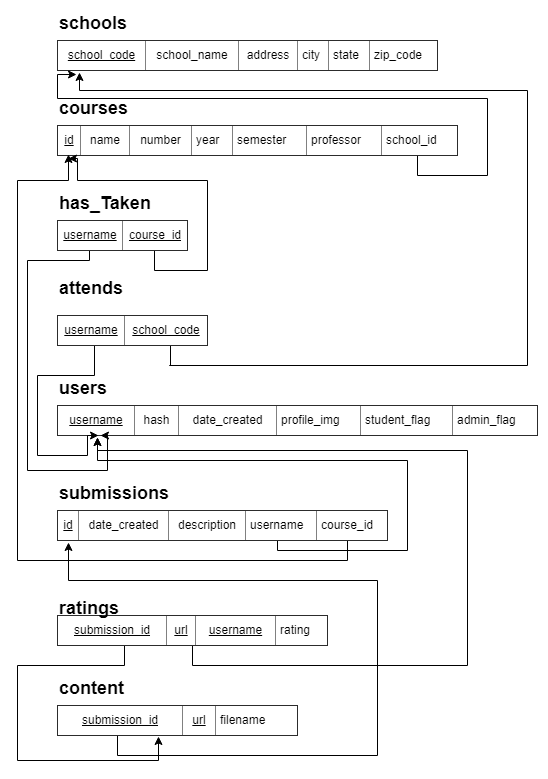
Thomas-McKanna/CourseBin keeps this draw.io diagram as Relation_Set.png. Above is the earlier version. Source tidied: cells renumbered, new cells last; positions are measured from the earlier drawing's top-left corner, leaving out a move shared by most shapes.
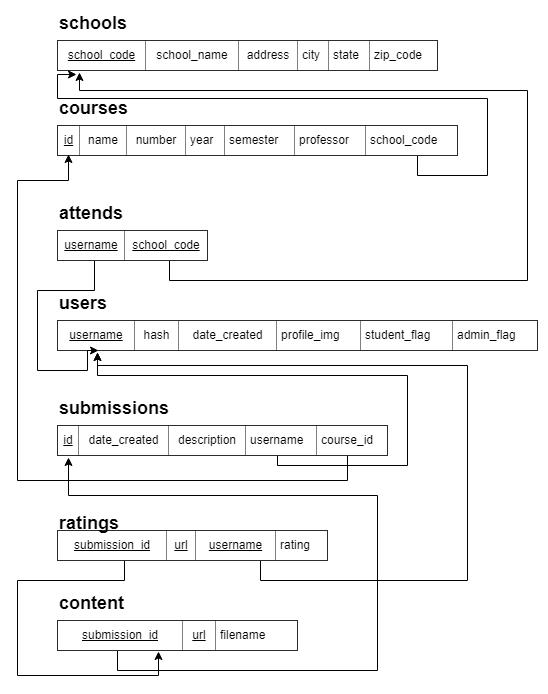
After the commit.

Commit message:
Removed has_taken table from database.

Diff of the diagram source:
```diff
@@ -3,28 +3,28 @@
     <mxCell id="0" />
     <mxCell id="1" parent="0" />
     <mxCell id="2" value="&lt;table border=&quot;1&quot; width=&quot;100%&quot; style=&quot;width: 100% ; height: 100% ; border-collapse: collapse&quot; cellpadding=&quot;4&quot; align=&quot;center&quot;&gt;&lt;tbody&gt;&lt;tr&gt;&lt;td align=&quot;center&quot;&gt;&lt;u&gt;school_code&lt;/u&gt;&lt;/td&gt;&lt;td align=&quot;center&quot;&gt;school_name&lt;/td&gt;&lt;td align=&quot;center&quot;&gt;address&lt;/td&gt;&lt;td&gt;city&lt;/td&gt;&lt;td&gt;state&lt;/td&gt;&lt;td&gt;zip_code&lt;/td&gt;&lt;/tr&gt;&lt;/tbody&gt;&lt;/table&gt;" style="text;html=1;strokeColor=none;fillColor=none;overflow=fill;" parent="1" vertex="1">
-      <mxGeometry x="40" y="30" width="380" height="30" as="geometry" />
+      <mxGeometry x="40" y="115" width="380" height="30" as="geometry" />
     </mxCell>
-    <mxCell id="3" style="edgeStyle=orthogonalEdgeStyle;rounded=0;jettySize=auto;html=1;exitX=0.75;exitY=1;exitDx=0;exitDy=0;entryX=0.051;entryY=1.122;entryDx=0;entryDy=0;entryPerimeter=0;" parent="1" edge="1" source="4" target="2">
-      <mxGeometry relative="1" as="geometry">
-        <Array as="points">
-          <mxPoint x="400" y="145" />
-          <mxPoint x="400" y="165" />
-          <mxPoint x="470" y="165" />
-          <mxPoint x="470" y="88" />
-          <mxPoint x="40" y="88" />
-          <mxPoint x="40" y="64" />
-        </Array>
-      </mxGeometry>
-    </mxCell>
-    <mxCell id="4" value="&lt;table border=&quot;1&quot; width=&quot;100%&quot; style=&quot;width: 100% ; height: 100% ; border-collapse: collapse&quot; cellpadding=&quot;4&quot; align=&quot;center&quot;&gt;&lt;tbody&gt;&lt;tr&gt;&lt;td align=&quot;center&quot;&gt;&lt;u&gt;id&lt;/u&gt;&lt;/td&gt;&lt;td align=&quot;center&quot;&gt;name&lt;/td&gt;&lt;td align=&quot;center&quot;&gt;number&lt;/td&gt;&lt;td&gt;year&lt;/td&gt;&lt;td&gt;semester&lt;/td&gt;&lt;td&gt;professor&lt;/td&gt;&lt;td&gt;school_id&lt;/td&gt;&lt;/tr&gt;&lt;/tbody&gt;&lt;/table&gt;" style="text;html=1;strokeColor=none;fillColor=none;overflow=fill;" parent="1" vertex="1">
-      <mxGeometry x="40" y="115" width="400" height="30" as="geometry" />
-    </mxCell>
+    <mxCell id="28" style="edgeStyle=orthogonalEdgeStyle;rounded=0;jettySize=auto;html=1;exitX=0.75;exitY=1;exitDx=0;exitDy=0;entryX=0.051;entryY=1.122;entryDx=0;entryDy=0;entryPerimeter=0;" parent="1" edge="1" source="29" target="2">
+      <mxGeometry relative="1" as="geometry">
+        <Array as="points">
+          <mxPoint x="400" y="230" />
+          <mxPoint x="400" y="250" />
+          <mxPoint x="470" y="250" />
+          <mxPoint x="470" y="173" />
+          <mxPoint x="40" y="173" />
+          <mxPoint x="40" y="149" />
+        </Array>
+      </mxGeometry>
+    </mxCell>
+    <mxCell id="29" value="&lt;table border=&quot;1&quot; width=&quot;100%&quot; style=&quot;width: 100% ; height: 100% ; border-collapse: collapse&quot; cellpadding=&quot;4&quot; align=&quot;center&quot;&gt;&lt;tbody&gt;&lt;tr&gt;&lt;td align=&quot;center&quot;&gt;&lt;u&gt;id&lt;/u&gt;&lt;/td&gt;&lt;td align=&quot;center&quot;&gt;name&lt;/td&gt;&lt;td align=&quot;center&quot;&gt;number&lt;/td&gt;&lt;td&gt;year&lt;/td&gt;&lt;td&gt;semester&lt;/td&gt;&lt;td&gt;professor&lt;/td&gt;&lt;td&gt;school_code&lt;/td&gt;&lt;/tr&gt;&lt;/tbody&gt;&lt;/table&gt;" style="text;html=1;strokeColor=none;fillColor=none;overflow=fill;" parent="1" vertex="1">
+      <mxGeometry x="40" y="200" width="400" height="30" as="geometry" />
+    </mxCell>
     <mxCell id="5" value="&lt;b&gt;&lt;font style=&quot;font-size: 18px&quot;&gt;schools&lt;/font&gt;&lt;/b&gt;" style="text;html=1;align=left;verticalAlign=top;spacingTop=-4;" parent="1" vertex="1">
-      <mxGeometry x="40" width="80" height="20" as="geometry" />
+      <mxGeometry x="40" y="85" width="80" height="20" as="geometry" />
     </mxCell>
     <mxCell id="6" value="&lt;b&gt;&lt;font style=&quot;font-size: 18px&quot;&gt;courses&lt;/font&gt;&lt;/b&gt;" style="text;html=1;align=left;verticalAlign=top;spacingTop=-4;" parent="1" vertex="1">
-      <mxGeometry x="40" y="85" width="80" height="20" as="geometry" />
+      <mxGeometry x="40" y="170" width="80" height="20" as="geometry" />
     </mxCell>
     <mxCell id="7" value="&lt;table border=&quot;1&quot; width=&quot;100%&quot; style=&quot;width: 100% ; height: 100% ; border-collapse: collapse&quot; cellpadding=&quot;4&quot; align=&quot;center&quot;&gt;&lt;tbody&gt;&lt;tr&gt;&lt;td align=&quot;center&quot;&gt;&lt;u&gt;username&lt;/u&gt;&lt;/td&gt;&lt;td align=&quot;center&quot;&gt;hash&lt;/td&gt;&lt;td align=&quot;center&quot;&gt;date_created&lt;br&gt;&lt;/td&gt;&lt;td&gt;profile_img&lt;br&gt;&lt;/td&gt;&lt;td&gt;student_flag&lt;/td&gt;&lt;td&gt;admin_flag&lt;/td&gt;&lt;/tr&gt;&lt;/tbody&gt;&lt;/table&gt;" style="text;html=1;strokeColor=none;fillColor=none;overflow=fill;" parent="1" vertex="1">
       <mxGeometry x="40" y="395" width="480" height="30" as="geometry" />
@@ -43,17 +43,17 @@
         </Array>
       </mxGeometry>
     </mxCell>
-    <mxCell id="10" style="edgeStyle=orthogonalEdgeStyle;rounded=0;jettySize=auto;html=1;exitX=0.75;exitY=1;exitDx=0;exitDy=0;entryX=0.028;entryY=0.977;entryDx=0;entryDy=0;entryPerimeter=0;" parent="1" edge="1" source="11" target="4">
-      <mxGeometry relative="1" as="geometry">
-        <Array as="points">
-          <mxPoint x="330" y="530" />
-          <mxPoint x="330" y="550" />
-          <mxPoint y="550" />
-          <mxPoint y="170" />
-          <mxPoint x="51" y="170" />
-        </Array>
-      </mxGeometry>
-    </mxCell>
+    <mxCell id="30" style="edgeStyle=orthogonalEdgeStyle;rounded=0;jettySize=auto;html=1;exitX=0.75;exitY=1;exitDx=0;exitDy=0;entryX=0.028;entryY=0.977;entryDx=0;entryDy=0;entryPerimeter=0;" parent="1" edge="1" source="11" target="29">
+      <mxGeometry relative="1" as="geometry">
+        <Array as="points">
+          <mxPoint x="330" y="530" />
+          <mxPoint x="330" y="555" />
+          <mxPoint y="555" />
+          <mxPoint y="255" />
+          <mxPoint x="51" y="255" />
+        </Array>
+      </mxGeometry>
+    </mxCell>
     <mxCell id="11" value="&lt;table border=&quot;1&quot; width=&quot;100%&quot; style=&quot;width: 100% ; height: 100% ; border-collapse: collapse&quot; cellpadding=&quot;4&quot; align=&quot;center&quot;&gt;&lt;tbody&gt;&lt;tr&gt;&lt;td align=&quot;center&quot;&gt;&lt;u&gt;id&lt;/u&gt;&lt;/td&gt;&lt;td align=&quot;center&quot;&gt;date_created&lt;/td&gt;&lt;td align=&quot;center&quot;&gt;description&lt;/td&gt;&lt;td&gt;username&lt;/td&gt;&lt;td&gt;course_id&lt;/td&gt;&lt;/tr&gt;&lt;/tbody&gt;&lt;/table&gt;&lt;br&gt;" style="text;html=1;strokeColor=none;fillColor=none;overflow=fill;" parent="1" vertex="1">
       <mxGeometry x="40" y="500" width="330" height="30" as="geometry" />
     </mxCell>
@@ -86,10 +86,10 @@
         </Array>
       </mxGeometry>
     </mxCell>
-    <mxCell id="17" style="edgeStyle=orthogonalEdgeStyle;rounded=0;jettySize=auto;html=1;exitX=0.5;exitY=1;exitDx=0;exitDy=0;entryX=0.083;entryY=1.067;entryDx=0;entryDy=0;entryPerimeter=0;" parent="1" edge="1" source="18" target="7">
+    <mxCell id="17" style="edgeStyle=orthogonalEdgeStyle;rounded=0;jettySize=auto;html=1;exitX=0.75;exitY=1;exitDx=0;exitDy=0;entryX=0.083;entryY=1.067;entryDx=0;entryDy=0;entryPerimeter=0;" parent="1" edge="1" source="18" target="7">
       <mxGeometry relative="1" as="geometry">
         <Array as="points">
-          <mxPoint x="175" y="655" />
+          <mxPoint x="243" y="655" />
           <mxPoint x="450" y="655" />
           <mxPoint x="450" y="440" />
           <mxPoint x="80" y="440" />
@@ -116,10 +116,11 @@
     <mxCell id="21" style="edgeStyle=orthogonalEdgeStyle;rounded=0;jettySize=auto;html=1;exitX=0.75;exitY=1;exitDx=0;exitDy=0;entryX=0.058;entryY=1.067;entryDx=0;entryDy=0;entryPerimeter=0;" parent="1" edge="1" source="22" target="2">
       <mxGeometry relative="1" as="geometry">
         <Array as="points">
+          <mxPoint x="152" y="335" />
           <mxPoint x="152" y="355" />
           <mxPoint x="510" y="355" />
-          <mxPoint x="510" y="80" />
-          <mxPoint x="54" y="80" />
+          <mxPoint x="510" y="165" />
+          <mxPoint x="62" y="165" />
         </Array>
       </mxGeometry>
     </mxCell>
@@ -127,35 +128,7 @@
       <mxGeometry x="40" y="305" width="150" height="30" as="geometry" />
     </mxCell>
     <mxCell id="23" value="&lt;b&gt;&lt;font style=&quot;font-size: 18px&quot;&gt;attends&lt;br&gt;&lt;br&gt;&lt;/font&gt;&lt;/b&gt;" style="text;html=1;align=left;verticalAlign=top;spacingTop=-4;" parent="1" vertex="1">
-      <mxGeometry x="40" y="265" width="80" height="30" as="geometry" />
+      <mxGeometry x="40" y="275" width="80" height="30" as="geometry" />
     </mxCell>
-    <mxCell id="24" style="edgeStyle=orthogonalEdgeStyle;rounded=0;jettySize=auto;html=1;exitX=0.25;exitY=1;exitDx=0;exitDy=0;entryX=0.09;entryY=1.011;entryDx=0;entryDy=0;entryPerimeter=0;" parent="1" edge="1" source="26" target="7">
-      <mxGeometry relative="1" as="geometry">
-        <Array as="points">
-          <mxPoint x="72" y="250" />
-          <mxPoint x="10" y="250" />
-          <mxPoint x="10" y="460" />
-          <mxPoint x="90" y="460" />
-          <mxPoint x="90" y="425" />
-        </Array>
-      </mxGeometry>
-    </mxCell>
-    <mxCell id="25" style="edgeStyle=orthogonalEdgeStyle;rounded=0;jettySize=auto;html=1;exitX=0.75;exitY=1;exitDx=0;exitDy=0;entryX=0.028;entryY=1.094;entryDx=0;entryDy=0;entryPerimeter=0;" parent="1" edge="1" source="26" target="4">
-      <mxGeometry relative="1" as="geometry">
-        <Array as="points">
-          <mxPoint x="137" y="260" />
-          <mxPoint x="190" y="260" />
-          <mxPoint x="190" y="170" />
-          <mxPoint x="60" y="170" />
-          <mxPoint x="60" y="148" />
-        </Array>
-      </mxGeometry>
-    </mxCell>
-    <mxCell id="26" value="&lt;table border=&quot;1&quot; width=&quot;100%&quot; style=&quot;width: 100% ; height: 100% ; border-collapse: collapse&quot; cellpadding=&quot;4&quot; align=&quot;center&quot;&gt;&lt;tbody&gt;&lt;tr&gt;&lt;td align=&quot;center&quot;&gt;&lt;u&gt;username&lt;/u&gt;&lt;/td&gt;&lt;td align=&quot;center&quot;&gt;&lt;u&gt;course_id&lt;/u&gt;&lt;/td&gt;&lt;/tr&gt;&lt;/tbody&gt;&lt;/table&gt;" style="text;html=1;strokeColor=none;fillColor=none;overflow=fill;" parent="1" vertex="1">
-      <mxGeometry x="40" y="210" width="130" height="30" as="geometry" />
-    </mxCell>
-    <mxCell id="27" value="&lt;b&gt;&lt;font style=&quot;font-size: 18px&quot;&gt;has_Taken&lt;/font&gt;&lt;/b&gt;" style="text;html=1;align=left;verticalAlign=top;spacingTop=-4;" parent="1" vertex="1">
-      <mxGeometry x="40" y="180" width="110" height="20" as="geometry" />
-    </mxCell>
   </root>
 </mxGraphModel>
```
